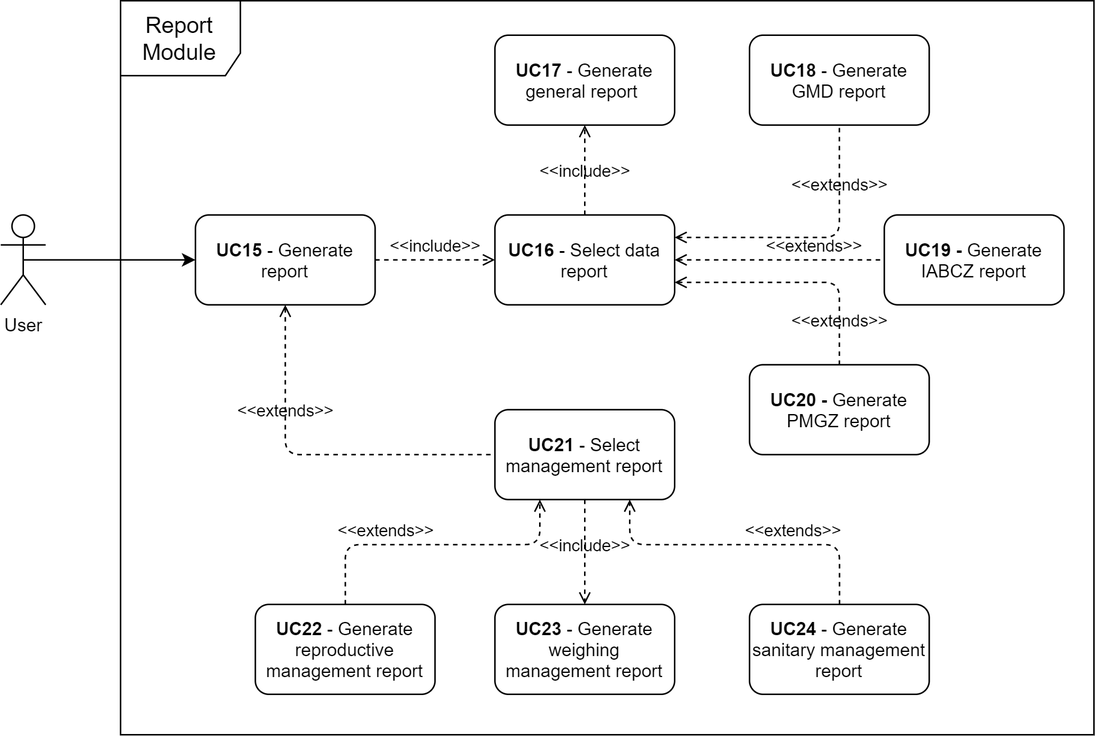
Above: docs/Assets/Img/Project/ArchitectureDocument/ReportModule.png in UnBArqDsw/2020.1_G13_iGado (draw.io), before the change. Source tidied: cells renumbered, new cells last; positions are measured from the earlier drawing's top-left corner, leaving out a move shared by most shapes.
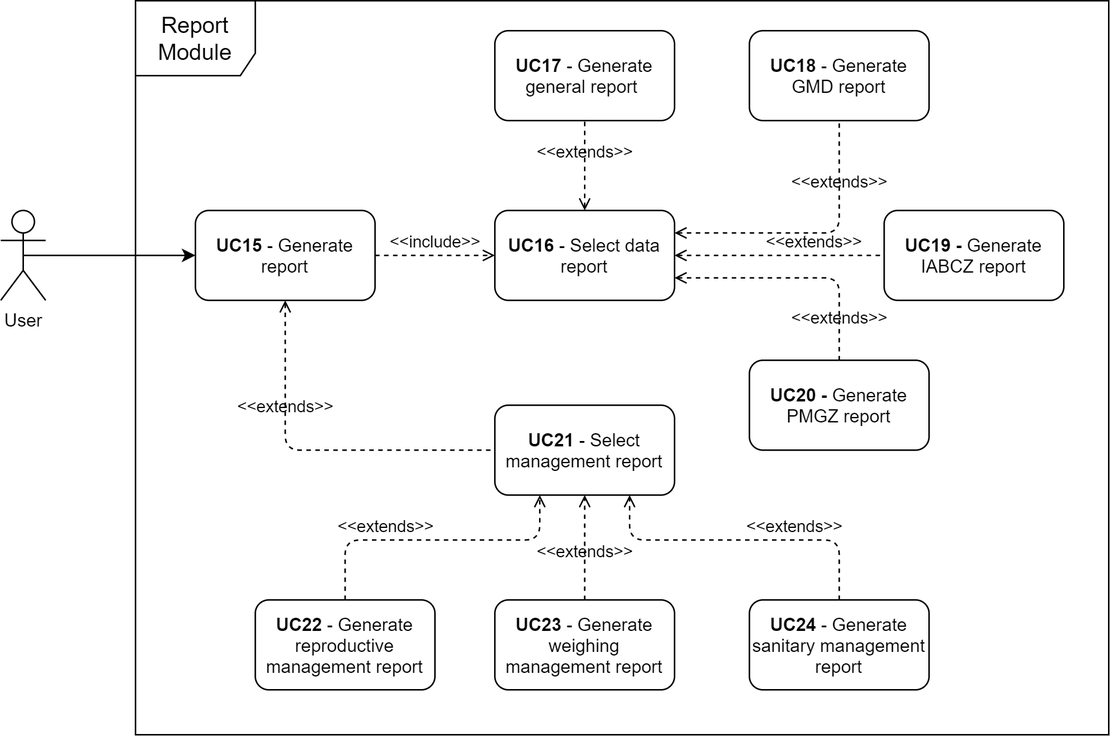
The same diagram one commit later.

Commit message:
UnBArqDsw/2020.1_G13_Projeto#136 📖 DOC: Add user cases basic flow and descriptions

Change to the diagram source:
```diff
@@ -38,7 +38,7 @@
       <mxGeometry x="0.33" relative="1" as="geometry" />
     </mxCell>
     <mxCell id="12" value="&lt;font style=&quot;font-size: 15px&quot;&gt;Report Module&lt;/font&gt;" style="shape=umlFrame;whiteSpace=wrap;html=1;width=80;height=50;" parent="1" vertex="1">
-      <mxGeometry x="80" width="650" height="490" as="geometry" />
+      <mxGeometry x="90" y="3" width="650" height="490" as="geometry" />
     </mxCell>
     <mxCell id="13" value="&lt;b&gt;UC20 - &lt;/b&gt;Generate PMGZ report" style="rounded=1;whiteSpace=wrap;html=1;" parent="1" vertex="1">
       <mxGeometry x="500" y="243" width="120" height="60" as="geometry" />
@@ -69,12 +69,6 @@
     <mxCell id="19" value="&lt;b&gt;UC24&lt;/b&gt;&amp;nbsp;- Generate sanitary management report" style="rounded=1;whiteSpace=wrap;html=1;" parent="1" vertex="1">
       <mxGeometry x="500" y="403" width="120" height="60" as="geometry" />
     </mxCell>
-    <mxCell id="20" value="&amp;lt;&amp;lt;include&amp;gt;&amp;gt;" style="edgeStyle=none;html=1;endArrow=open;verticalAlign=bottom;dashed=1;labelBackgroundColor=none;" parent="1" edge="1" source="7" target="9">
-      <mxGeometry x="-0.33" relative="1" as="geometry" />
-    </mxCell>
-    <mxCell id="21" value="&amp;lt;&amp;lt;include&amp;gt;&amp;gt;" style="edgeStyle=none;html=1;endArrow=open;verticalAlign=bottom;dashed=1;labelBackgroundColor=none;" parent="1" edge="1" source="14" target="18">
-      <mxGeometry x="0.14" relative="1" as="geometry" />
-    </mxCell>
     <mxCell id="22" value="&amp;lt;&amp;lt;extends&amp;gt;&amp;gt;" style="edgeStyle=orthogonalEdgeStyle;html=1;endArrow=open;verticalAlign=bottom;dashed=1;labelBackgroundColor=none;endFill=0;startArrow=none;startFill=0;entryX=0.25;entryY=1;entryDx=0;entryDy=0;" parent="1" edge="1" source="17" target="14">
       <mxGeometry x="-0.33" relative="1" as="geometry">
         <Array as="points">
@@ -91,5 +85,16 @@
         </Array>
       </mxGeometry>
     </mxCell>
+    <mxCell id="24" value="&amp;lt;&amp;lt;extends&amp;gt;&amp;gt;" style="edgeStyle=orthogonalEdgeStyle;html=1;endArrow=open;verticalAlign=bottom;dashed=1;labelBackgroundColor=none;endFill=0;startArrow=none;startFill=0;" parent="1" edge="1" source="18" target="14">
+      <mxGeometry x="-0.33" relative="1" as="geometry">
+        <Array as="points">
+          <mxPoint x="390" y="353" />
+          <mxPoint x="390" y="353" />
+        </Array>
+      </mxGeometry>
+    </mxCell>
+    <mxCell id="20" value="&amp;lt;&amp;lt;extends&amp;gt;&amp;gt;" style="edgeStyle=none;html=1;endArrow=none;verticalAlign=bottom;dashed=1;labelBackgroundColor=none;endFill=0;startArrow=open;startFill=0;" parent="1" edge="1" source="7" target="9">
+      <mxGeometry relative="1" as="geometry" />
+    </mxCell>
   </root>
 </mxGraphModel>
```
